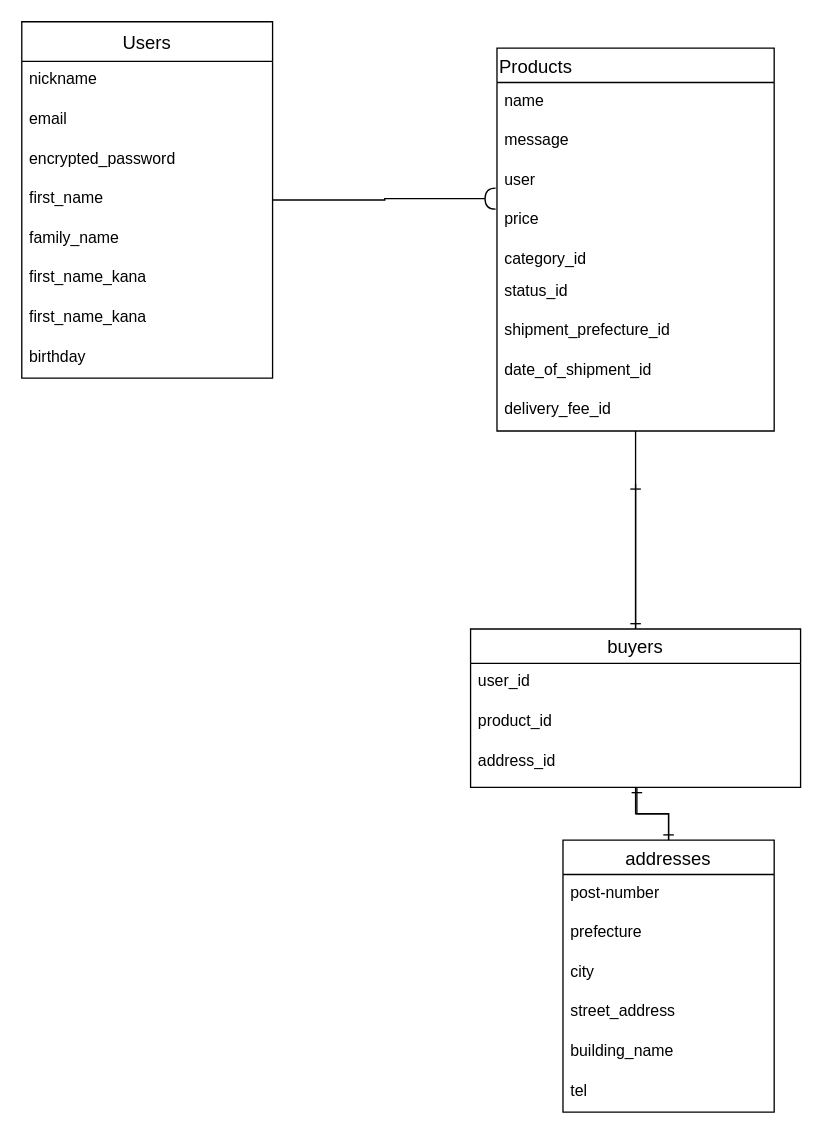
The draw.io diagram lib/db_design.dio in KmgF/furima-30301, before the edit. Source tidied: cells renumbered, new cells numbered last; positions are measured from the earlier drawing's top-left corner, leaving out a move shared by most shapes. Both pictures are drawn from the tidied source at 132%, with x=0, y=0 at pixel (21, 21).
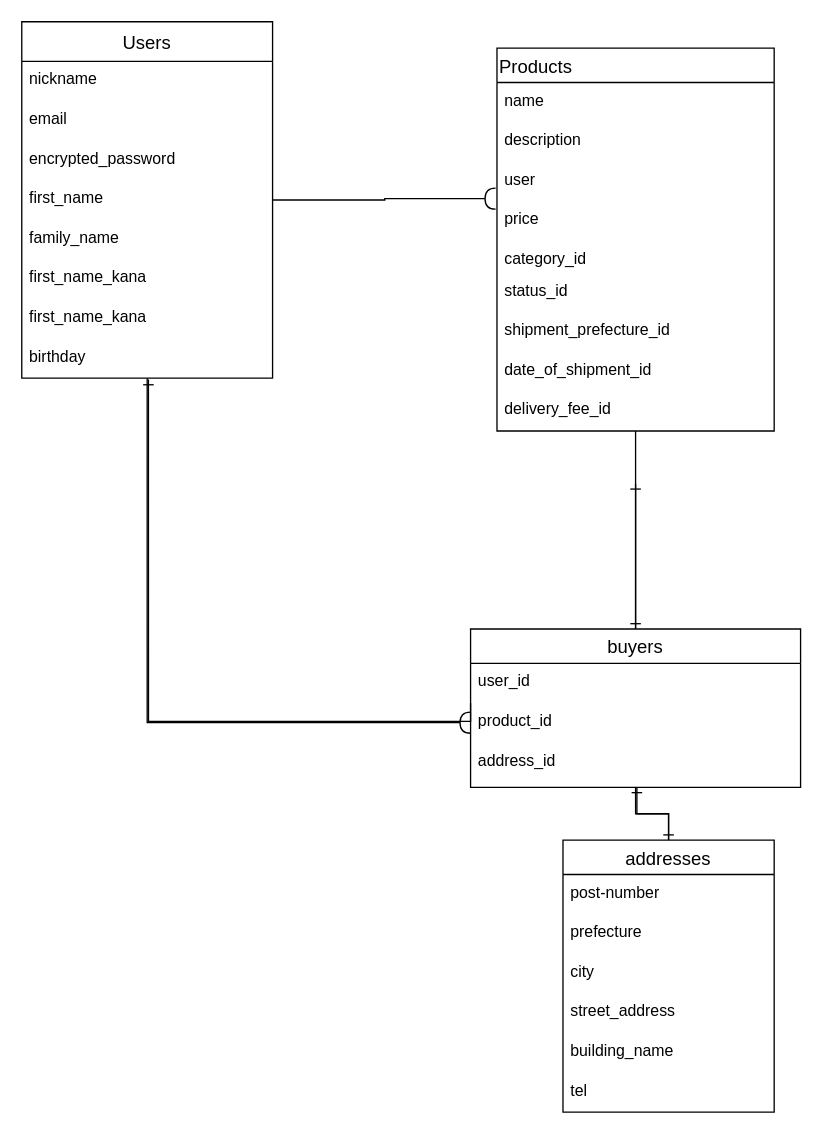
After the change.

Commit message (it also covers changes not shown here):
userテーブルのNOTNULLオプション修正

The change refers to these unchanged cells:
```xml
<mxCell id="3" value="Products" style="swimlane;fontStyle=0;horizontal=1;startSize=26;align=left;fontSize=14;" parent="1" vertex="1">
  <mxGeometry x="360" y="20" width="210" height="290" as="geometry" />
</mxCell>
<mxCell id="13" value="Users" style="swimlane;fontStyle=0;horizontal=1;startSize=30;align=center;fontSize=14;" parent="1" vertex="1">
  <mxGeometry width="190" height="270" as="geometry" />
</mxCell>
<mxCell id="21" value="birthday" style="text;strokeColor=none;fillColor=none;spacingLeft=4;spacingRight=4;overflow=hidden;points=[[0,0.5],[1,0.5]];portConstraint=eastwest;fontSize=12;" parent="13" vertex="1">
  <mxGeometry y="240" width="190" height="30" as="geometry" />
</mxCell>
<mxCell id="25" value="user_id" style="text;strokeColor=none;fillColor=none;spacingLeft=4;spacingRight=4;overflow=hidden;points=[[0,0.5],[1,0.5]];portConstraint=eastwest;fontSize=12;" parent="24" vertex="1">
  <mxGeometry y="26" width="250" height="30" as="geometry" />
</mxCell>
<mxCell id="26" value="product_id" style="text;strokeColor=none;fillColor=none;spacingLeft=4;spacingRight=4;overflow=hidden;points=[[0,0.5],[1,0.5]];portConstraint=eastwest;fontSize=12;" parent="24" vertex="1">
  <mxGeometry y="56" width="250" height="30" as="geometry" />
</mxCell>
```

Diff of the diagram source:
```diff
@@
-    <mxCell id="5" value="message" style="text;strokeColor=none;fillColor=none;spacingLeft=4;spacingRight=4;overflow=hidden;fontSize=12;" parent="3" vertex="1">
+    <mxCell id="5" value="description" style="text;strokeColor=none;fillColor=none;spacingLeft=4;spacingRight=4;overflow=hidden;fontSize=12;" parent="3" vertex="1">
       <mxGeometry y="56" width="210" height="30" as="geometry" />
     </mxCell>
@@
+    <mxCell id="37" style="edgeStyle=orthogonalEdgeStyle;rounded=0;jettySize=auto;html=1;entryX=0;entryY=0.5;entryDx=0;entryDy=0;endArrow=halfCircle;endFill=0;" parent="1" edge="1" source="13" target="26">
+      <mxGeometry relative="1" as="geometry" />
+    </mxCell>
@@
+    <mxCell id="38" style="edgeStyle=orthogonalEdgeStyle;rounded=0;jettySize=auto;html=1;entryX=0.505;entryY=1.033;entryDx=0;entryDy=0;entryPerimeter=0;endArrow=ERone;endFill=0;" parent="1" edge="1" source="25" target="21">
+      <mxGeometry relative="1" as="geometry">
+        <Array as="points">
+          <mxPoint x="340" y="530" />
+          <mxPoint x="96" y="530" />
+        </Array>
+      </mxGeometry>
+    </mxCell>
```
